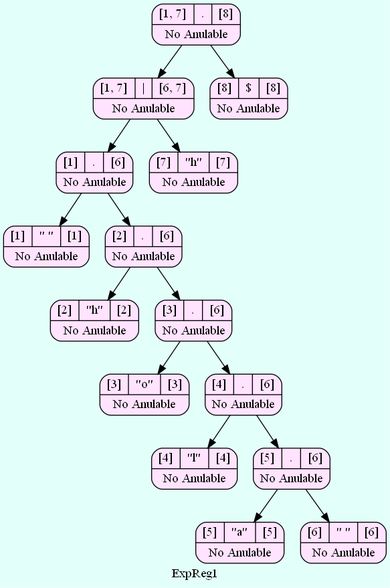
This is ARBOLES_202000119/Arbol_ExpReg1.png from SergieArizandieta/OLC1-P1-202000119, a Graphviz export, as it was before one commit. Its source is kept beside it as ARBOLES_202000119/Arbol_ExpReg1.dot.
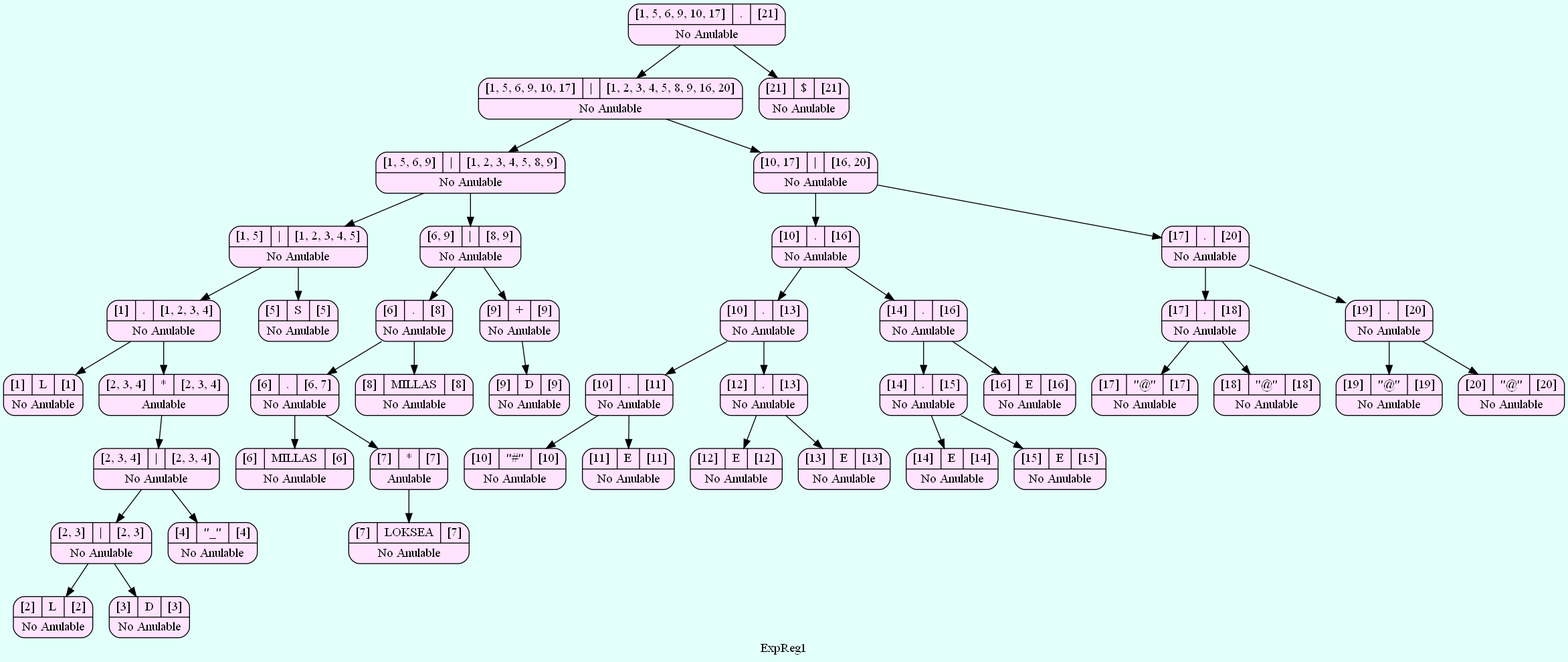
After the change.

Change to the diagram source:
```diff
@@ -2,34 +2,92 @@
   bgcolor = "#E3FFFA"
    node [shape=Mrecord fillcolor="#FFE3FF" style =filled];
 label ="ExpReg1"
-    struct179161051    [label="{{[1, 7]|<here>.|[8]}|No Anulable}"];
-    struct179161051-> struct1047634587
-    struct1047634587    [label="{{[1, 7]|<here>\||[6, 7]}|No Anulable}"];
-    struct1047634587-> struct1422922297
-    struct1422922297    [label="{{[1]|<here>.|[6]}|No Anulable}"];
-    struct1422922297-> struct1959631243
-    struct1959631243    [label="{{[1]|<here>\" \"|[1]}|No Anulable}"];
-    struct1422922297-> struct272239574
-    struct272239574    [label="{{[2]|<here>.|[6]}|No Anulable}"];
-    struct272239574-> struct594282032
-    struct594282032    [label="{{[2]|<here>\"h\"|[2]}|No Anulable}"];
-    struct272239574-> struct2012842430
-    struct2012842430    [label="{{[3]|<here>.|[6]}|No Anulable}"];
-    struct2012842430-> struct1868580619
-    struct1868580619    [label="{{[3]|<here>\"o\"|[3]}|No Anulable}"];
-    struct2012842430-> struct793019786
-    struct793019786    [label="{{[4]|<here>.|[6]}|No Anulable}"];
-    struct793019786-> struct1826245588
-    struct1826245588    [label="{{[4]|<here>\"l\"|[4]}|No Anulable}"];
-    struct793019786-> struct1473612680
-    struct1473612680    [label="{{[5]|<here>.|[6]}|No Anulable}"];
-    struct1473612680-> struct979424870
-    struct979424870    [label="{{[5]|<here>\"a\"|[5]}|No Anulable}"];
-    struct1473612680-> struct830696565
-    struct830696565    [label="{{[6]|<here>\" \"|[6]}|No Anulable}"];
-    struct1047634587-> struct263787898
-    struct263787898    [label="{{[7]|<here>\"h\"|[7]}|No Anulable}"];
-    struct179161051-> struct1951094478
-    struct1951094478    [label="{{[8]|<here>$|[8]}|No Anulable}"];
+    struct1404212412    [label="{{[1, 5, 6, 9, 10, 17]|<here>.|[21]}|No Anulable}"];
+    struct1404212412-> struct974353112
+    struct974353112    [label="{{[1, 5, 6, 9, 10, 17]|<here>\||[1, 2, 3, 4, 5, 8, 9, 16, 20]}|No Anulable}"];
+    struct974353112-> struct774361188
+    struct774361188    [label="{{[1, 5, 6, 9]|<here>\||[1, 2, 3, 4, 5, 8, 9]}|No Anulable}"];
+    struct774361188-> struct1250427783
+    struct1250427783    [label="{{[1, 5]|<here>\||[1, 2, 3, 4, 5]}|No Anulable}"];
+    struct1250427783-> struct232290590
+    struct232290590    [label="{{[1]|<here>.|[1, 2, 3, 4]}|No Anulable}"];
+    struct232290590-> struct746348495
+    struct746348495    [label="{{[1]|<here>L|[1]}|No Anulable}"];
+    struct232290590-> struct1011359444
+    struct1011359444    [label="{{[2, 3, 4]|<here>*|[2, 3, 4]}|Anulable}"];
+    struct1011359444-> struct911652577
+    struct911652577    [label="{{[2, 3, 4]|<here>\||[2, 3, 4]}|No Anulable}"];
+    struct911652577-> struct2013804988
+    struct2013804988    [label="{{[2, 3]|<here>\||[2, 3]}|No Anulable}"];
+    struct2013804988-> struct918848341
+    struct918848341    [label="{{[2]|<here>L|[2]}|No Anulable}"];
+    struct2013804988-> struct1241945575
+    struct1241945575    [label="{{[3]|<here>D|[3]}|No Anulable}"];
+    struct911652577-> struct1239733240
+    struct1239733240    [label="{{[4]|<here>\"_\"|[4]}|No Anulable}"];
+    struct1250427783-> struct1889064609
+    struct1889064609    [label="{{[5]|<here>S|[5]}|No Anulable}"];
+    struct774361188-> struct1658072524
+    struct1658072524    [label="{{[6, 9]|<here>\||[8, 9]}|No Anulable}"];
+    struct1658072524-> struct478361052
+    struct478361052    [label="{{[6]|<here>.|[8]}|No Anulable}"];
+    struct478361052-> struct1930911399
+    struct1930911399    [label="{{[6]|<here>.|[6, 7]}|No Anulable}"];
+    struct1930911399-> struct1166848954
+    struct1166848954    [label="{{[6]|<here>MILLAS|[6]}|No Anulable}"];
+    struct1930911399-> struct108350602
+    struct108350602    [label="{{[7]|<here>*|[7]}|Anulable}"];
+    struct108350602-> struct56472653
+    struct56472653    [label="{{[7]|<here>LOKSEA|[7]}|No Anulable}"];
+    struct478361052-> struct1257648359
+    struct1257648359    [label="{{[8]|<here>MILLAS|[8]}|No Anulable}"];
+    struct1658072524-> struct1791445856
+    struct1791445856    [label="{{[9]|<here>+|[9]}|No Anulable}"];
+    struct1791445856-> struct1182419886
+    struct1182419886    [label="{{[9]|<here>D|[9]}|No Anulable}"];
+    struct974353112-> struct678129904
+    struct678129904    [label="{{[10, 17]|<here>\||[16, 20]}|No Anulable}"];
+    struct678129904-> struct1407257618
+    struct1407257618    [label="{{[10]|<here>.|[16]}|No Anulable}"];
+    struct1407257618-> struct53330245
+    struct53330245    [label="{{[10]|<here>.|[13]}|No Anulable}"];
+    struct53330245-> struct387894709
+    struct387894709    [label="{{[10]|<here>.|[11]}|No Anulable}"];
+    struct387894709-> struct1686225750
+    struct1686225750    [label="{{[10]|<here>\"#\"|[10]}|No Anulable}"];
+    struct387894709-> struct1071366728
+    struct1071366728    [label="{{[11]|<here>E|[11]}|No Anulable}"];
+    struct53330245-> struct1376848671
+    struct1376848671    [label="{{[12]|<here>.|[13]}|No Anulable}"];
+    struct1376848671-> struct855836557
+    struct855836557    [label="{{[12]|<here>E|[12]}|No Anulable}"];
+    struct1376848671-> struct1500707272
+    struct1500707272    [label="{{[13]|<here>E|[13]}|No Anulable}"];
+    struct1407257618-> struct945469740
+    struct945469740    [label="{{[14]|<here>.|[16]}|No Anulable}"];
+    struct945469740-> struct1648956619
+    struct1648956619    [label="{{[14]|<here>.|[15]}|No Anulable}"];
+    struct1648956619-> struct1239242848
+    struct1239242848    [label="{{[14]|<here>E|[14]}|No Anulable}"];
+    struct1648956619-> struct128930858
+    struct128930858    [label="{{[15]|<here>E|[15]}|No Anulable}"];
+    struct945469740-> struct1783696938
+    struct1783696938    [label="{{[16]|<here>E|[16]}|No Anulable}"];
+    struct678129904-> struct1075097831
+    struct1075097831    [label="{{[17]|<here>.|[20]}|No Anulable}"];
+    struct1075097831-> struct1672085213
+    struct1672085213    [label="{{[17]|<here>.|[18]}|No Anulable}"];
+    struct1672085213-> struct509274246
+    struct509274246    [label="{{[17]|<here>\"@\"|[17]}|No Anulable}"];
+    struct1672085213-> struct2081985849
+    struct2081985849    [label="{{[18]|<here>\"@\"|[18]}|No Anulable}"];
+    struct1075097831-> struct426672597
+    struct426672597    [label="{{[19]|<here>.|[20]}|No Anulable}"];
+    struct426672597-> struct899537715
+    struct899537715    [label="{{[19]|<here>\"@\"|[19]}|No Anulable}"];
+    struct426672597-> struct2085231582
+    struct2085231582    [label="{{[20]|<here>\"@\"|[20]}|No Anulable}"];
+    struct1404212412-> struct1145301043
+    struct1145301043    [label="{{[21]|<here>$|[21]}|No Anulable}"];
 
 }
```
